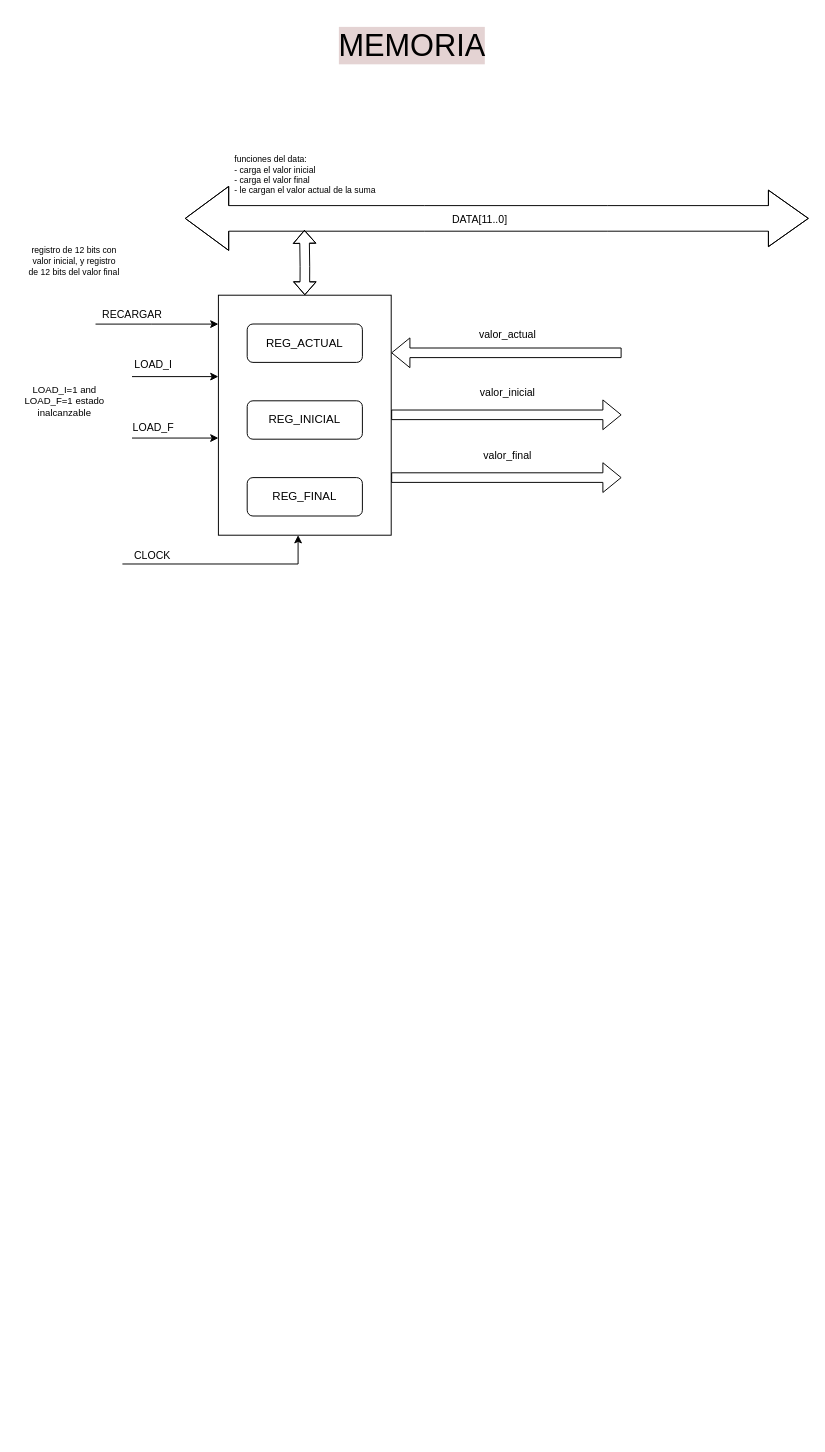
This is page "Memoria" (4 of 5) of Integrador/Integrador.drawio from albertinap/IDL, a draw.io file, before an edit. Source tidied: cells renumbered, new cells numbered last; positions are measured from the earlier drawing's top-left corner, leaving out a move shared by most shapes. Both pictures are drawn from the tidied source at 96%, with x=0, y=0 at pixel (16, 16).
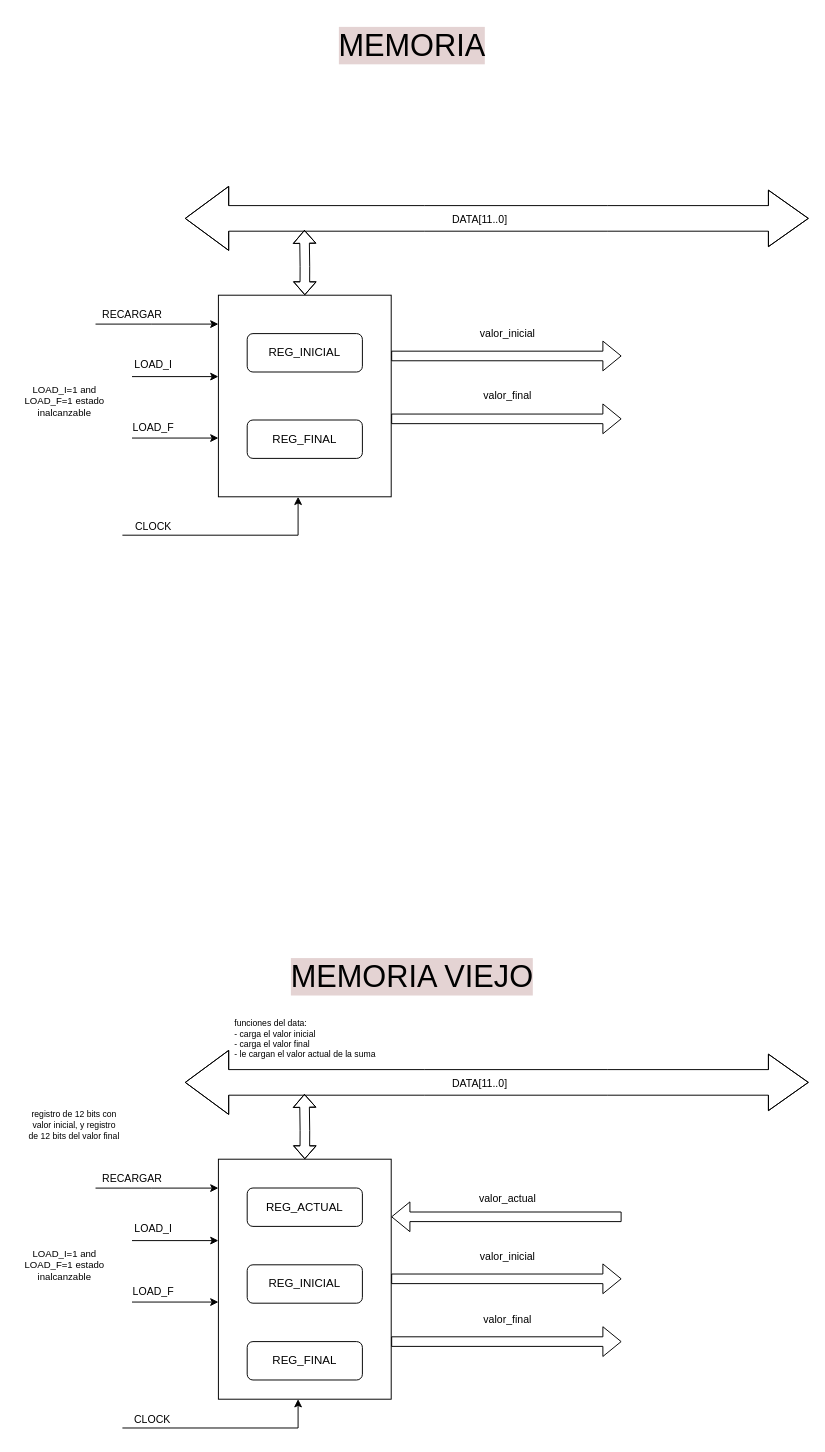
After the change.

The edit, as a diff of the source:
```diff
@@
     <mxCell id="2" style="rounded=0;whiteSpace=wrap;html=1;" parent="1" vertex="1">
-      <mxGeometry x="210" y="290" width="180" height="250" as="geometry" />
+      <mxGeometry x="210" y="290" width="180" height="210" as="geometry" />
     </mxCell>
@@
-    <mxCell id="10" value="registro de 12 bits con valor inicial, y registro de 12 bits del valor final" style="text;html=1;align=center;verticalAlign=middle;whiteSpace=wrap;rounded=0;fontSize=9;" parent="1" vertex="1">
-      <mxGeometry x="10" y="230" width="100" height="50" as="geometry" />
-    </mxCell>
@@
-    <mxCell id="12" value="REG_ACTUAL" style="rounded=1;whiteSpace=wrap;html=1;" parent="1" vertex="1">
-      <mxGeometry x="240" y="320" width="120" height="40" as="geometry" />
-    </mxCell>
     <mxCell id="13" value="REG_INICIAL" style="rounded=1;whiteSpace=wrap;html=1;" parent="1" vertex="1">
-      <mxGeometry x="240" y="400" width="120" height="40" as="geometry" />
+      <mxGeometry x="240" y="330" width="120" height="40" as="geometry" />
     </mxCell>
     <mxCell id="14" value="REG_FINAL" style="rounded=1;whiteSpace=wrap;html=1;" parent="1" vertex="1">
-      <mxGeometry x="240" y="480" width="120" height="40" as="geometry" />
+      <mxGeometry x="240" y="420" width="120" height="40" as="geometry" />
     </mxCell>
-    <mxCell id="15" value="funciones del data:&lt;br&gt;- carga el valor inicial&lt;div&gt;- carga el valor final&lt;/div&gt;&lt;div&gt;- le cargan el valor actual de la suma&lt;/div&gt;" style="text;html=1;align=left;verticalAlign=middle;whiteSpace=wrap;rounded=0;fontSize=9;" parent="1" vertex="1">
-      <mxGeometry x="225" y="140" width="160" height="50" as="geometry" />
-    </mxCell>
@@
-    <mxCell id="18" style="edgeStyle=orthogonalEdgeStyle;rounded=0;orthogonalLoop=1;jettySize=auto;html=1;" parent="1" edge="1">
+    <mxCell id="18" style="edgeStyle=orthogonalEdgeStyle;rounded=0;jettySize=auto;html=1;" parent="1" edge="1" target="2">
       <mxGeometry relative="1" as="geometry">
-        <mxPoint x="110" y="570" as="sourcePoint" />
-        <mxPoint x="293" y="540" as="targetPoint" />
+        <mxPoint x="110" y="540" as="sourcePoint" />
         <Array as="points">
-          <mxPoint x="293" y="570" />
+          <mxPoint x="110" y="540" />
+          <mxPoint x="293" y="540" />
         </Array>
       </mxGeometry>
     </mxCell>
@@
-    <mxCell id="21" style="shape=flexArrow;endArrow=classic;html=1;rounded=0;" parent="1" edge="1">
-      <mxGeometry relative="1" as="geometry">
-        <mxPoint x="630" y="350" as="sourcePoint" />
-        <mxPoint x="390" y="350" as="targetPoint" />
-      </mxGeometry>
-    </mxCell>
-    <mxCell id="22" value="valor_actual" style="edgeLabel;html=1;align=center;verticalAlign=middle;" parent="21" vertex="1">
-      <mxGeometry x="0.09" y="2" relative="1" as="geometry">
-        <mxPoint x="11" y="-22" as="offset" />
-      </mxGeometry>
-    </mxCell>
     <mxCell id="23" style="shape=flexArrow;endArrow=classic;html=1;rounded=0;" parent="1" edge="1">
       <mxGeometry relative="1" as="geometry">
-        <mxPoint x="390" y="414.6" as="sourcePoint" />
-        <mxPoint x="630" y="414.6" as="targetPoint" />
+        <mxPoint x="390" y="353.3" as="sourcePoint" />
+        <mxPoint x="630" y="353.3" as="targetPoint" />
       </mxGeometry>
     </mxCell>
@@
     <mxCell id="25" style="shape=flexArrow;endArrow=classic;html=1;rounded=0;" parent="1" edge="1">
       <mxGeometry relative="1" as="geometry">
-        <mxPoint x="390" y="480" as="sourcePoint" />
-        <mxPoint x="630" y="480" as="targetPoint" />
+        <mxPoint x="390" y="418.8" as="sourcePoint" />
+        <mxPoint x="630" y="418.8" as="targetPoint" />
       </mxGeometry>
     </mxCell>
@@
+    <mxCell id="27" style="rounded=0;whiteSpace=wrap;html=1;" parent="1" vertex="1">
+      <mxGeometry x="210" y="1190" width="180" height="250" as="geometry" />
+    </mxCell>
+    <mxCell id="28" style="edgeStyle=orthogonalEdgeStyle;rounded=0;orthogonalLoop=1;jettySize=auto;html=1;" parent="1" edge="1">
+      <mxGeometry relative="1" as="geometry">
+        <mxPoint x="120" y="1274.8" as="sourcePoint" />
+        <mxPoint x="210" y="1274.8" as="targetPoint" />
+      </mxGeometry>
+    </mxCell>
+    <mxCell id="29" value="LOAD_I" style="edgeLabel;html=1;align=center;verticalAlign=middle;" parent="28" vertex="1">
+      <mxGeometry x="-0.72" y="2" relative="1" as="geometry">
+        <mxPoint x="8" y="-11" as="offset" />
+      </mxGeometry>
+    </mxCell>
+    <mxCell id="30" style="edgeStyle=orthogonalEdgeStyle;rounded=0;orthogonalLoop=1;jettySize=auto;html=1;" parent="1" edge="1">
+      <mxGeometry relative="1" as="geometry">
+        <mxPoint x="120" y="1338.8" as="sourcePoint" />
+        <mxPoint x="210" y="1338.8" as="targetPoint" />
+        <Array as="points">
+          <mxPoint x="170" y="1338.8" />
+          <mxPoint x="170" y="1338.8" />
+        </Array>
+      </mxGeometry>
+    </mxCell>
+    <mxCell id="31" value="LOAD_F" style="edgeLabel;html=1;align=center;verticalAlign=middle;" parent="30" vertex="1">
+      <mxGeometry x="-0.72" y="2" relative="1" as="geometry">
+        <mxPoint x="8" y="-9" as="offset" />
+      </mxGeometry>
+    </mxCell>
+    <mxCell id="32" style="shape=flexArrow;endArrow=classic;startArrow=classic;html=1;rounded=0;width=26.666666666666668;endSize=13.521212121212121;endWidth=31.11111111111111;startSize=14.733333333333333;startWidth=38.98989898989899;" parent="1" edge="1">
+      <mxGeometry relative="1" as="geometry">
+        <mxPoint x="175" y="1110" as="sourcePoint" />
+        <mxPoint x="825" y="1110" as="targetPoint" />
+        <Array as="points">
+          <mxPoint x="425" y="1110" />
+          <mxPoint x="615" y="1110" />
+        </Array>
+      </mxGeometry>
+    </mxCell>
+    <mxCell id="33" value="DATA[11..0]" style="edgeLabel;html=1;align=center;verticalAlign=middle;" parent="32" vertex="1">
+      <mxGeometry x="-0.1" y="-1" relative="1" as="geometry">
+        <mxPoint x="13" y="-1" as="offset" />
+      </mxGeometry>
+    </mxCell>
+    <mxCell id="10" value="registro de 12 bits con valor inicial, y registro de 12 bits del valor final" style="text;html=1;align=center;verticalAlign=middle;whiteSpace=wrap;rounded=0;fontSize=9;" parent="1" vertex="1">
+      <mxGeometry x="10" y="1130" width="100" height="50" as="geometry" />
+    </mxCell>
+    <mxCell id="34" style="endArrow=classic;startArrow=classic;html=1;rounded=0;shape=flexArrow;exitX=0.283;exitY=0;exitDx=0;exitDy=0;exitPerimeter=0;width=10;endSize=4.151219512195122;endWidth=12.439024390243903;startWidth=12.439024390243903;startSize=4.151219512195122;" parent="1" edge="1">
+      <mxGeometry relative="1" as="geometry">
+        <mxPoint x="300" y="1190" as="sourcePoint" />
+        <mxPoint x="299.6" y="1122" as="targetPoint" />
+        <Array as="points">
+          <mxPoint x="300.1" y="1160" />
+        </Array>
+      </mxGeometry>
+    </mxCell>
+    <mxCell id="12" value="REG_ACTUAL" style="rounded=1;whiteSpace=wrap;html=1;" parent="1" vertex="1">
+      <mxGeometry x="240" y="1220" width="120" height="40" as="geometry" />
+    </mxCell>
+    <mxCell id="35" value="REG_INICIAL" style="rounded=1;whiteSpace=wrap;html=1;" parent="1" vertex="1">
+      <mxGeometry x="240" y="1300" width="120" height="40" as="geometry" />
+    </mxCell>
+    <mxCell id="36" value="REG_FINAL" style="rounded=1;whiteSpace=wrap;html=1;" parent="1" vertex="1">
+      <mxGeometry x="240" y="1380" width="120" height="40" as="geometry" />
+    </mxCell>
+    <mxCell id="15" value="funciones del data:&lt;br&gt;- carga el valor inicial&lt;div&gt;- carga el valor final&lt;/div&gt;&lt;div&gt;- le cargan el valor actual de la suma&lt;/div&gt;" style="text;html=1;align=left;verticalAlign=middle;whiteSpace=wrap;rounded=0;fontSize=9;" parent="1" vertex="1">
+      <mxGeometry x="225" y="1040" width="160" height="50" as="geometry" />
+    </mxCell>
+    <mxCell id="37" style="edgeStyle=orthogonalEdgeStyle;rounded=0;orthogonalLoop=1;jettySize=auto;html=1;" parent="1" edge="1">
+      <mxGeometry relative="1" as="geometry">
+        <mxPoint x="82" y="1220.1" as="sourcePoint" />
+        <mxPoint x="210" y="1220.1" as="targetPoint" />
+        <Array as="points">
+          <mxPoint x="140" y="1220.1" />
+        </Array>
+      </mxGeometry>
+    </mxCell>
+    <mxCell id="38" value="RECARGAR" style="edgeLabel;html=1;align=center;verticalAlign=middle;" parent="37" vertex="1">
+      <mxGeometry x="-0.72" y="2" relative="1" as="geometry">
+        <mxPoint x="19" y="-9" as="offset" />
+      </mxGeometry>
+    </mxCell>
+    <mxCell id="39" style="edgeStyle=orthogonalEdgeStyle;rounded=0;orthogonalLoop=1;jettySize=auto;html=1;" parent="1" edge="1">
+      <mxGeometry relative="1" as="geometry">
+        <mxPoint x="110" y="1470" as="sourcePoint" />
+        <mxPoint x="293" y="1440" as="targetPoint" />
+        <Array as="points">
+          <mxPoint x="293" y="1470" />
+        </Array>
+      </mxGeometry>
+    </mxCell>
+    <mxCell id="40" value="CLOCK" style="edgeLabel;html=1;align=center;verticalAlign=middle;" parent="39" vertex="1">
+      <mxGeometry x="-0.72" y="2" relative="1" as="geometry">
+        <mxPoint y="-8" as="offset" />
+      </mxGeometry>
+    </mxCell>
+    <mxCell id="41" value="LOAD_I=1 and LOAD_F=1 estado inalcanzable" style="text;html=1;align=center;verticalAlign=middle;whiteSpace=wrap;rounded=0;fontSize=10;" parent="1" vertex="1">
+      <mxGeometry y="1280" width="100" height="40" as="geometry" />
+    </mxCell>
+    <mxCell id="42" style="shape=flexArrow;endArrow=classic;html=1;rounded=0;" parent="1" edge="1">
+      <mxGeometry relative="1" as="geometry">
+        <mxPoint x="630" y="1250" as="sourcePoint" />
+        <mxPoint x="390" y="1250" as="targetPoint" />
+      </mxGeometry>
+    </mxCell>
+    <mxCell id="22" value="valor_actual" style="edgeLabel;html=1;align=center;verticalAlign=middle;" parent="42" vertex="1">
+      <mxGeometry x="0.09" y="2" relative="1" as="geometry">
+        <mxPoint x="11" y="-22" as="offset" />
+      </mxGeometry>
+    </mxCell>
+    <mxCell id="43" style="shape=flexArrow;endArrow=classic;html=1;rounded=0;" parent="1" edge="1">
+      <mxGeometry relative="1" as="geometry">
+        <mxPoint x="390" y="1314.6" as="sourcePoint" />
+        <mxPoint x="630" y="1314.6" as="targetPoint" />
+      </mxGeometry>
+    </mxCell>
+    <mxCell id="44" value="valor_inicial" style="edgeLabel;html=1;align=center;verticalAlign=middle;" parent="43" vertex="1">
+      <mxGeometry x="0.09" y="2" relative="1" as="geometry">
+        <mxPoint x="-11" y="-22" as="offset" />
+      </mxGeometry>
+    </mxCell>
+    <mxCell id="45" style="shape=flexArrow;endArrow=classic;html=1;rounded=0;" parent="1" edge="1">
+      <mxGeometry relative="1" as="geometry">
+        <mxPoint x="390" y="1380" as="sourcePoint" />
+        <mxPoint x="630" y="1380" as="targetPoint" />
+      </mxGeometry>
+    </mxCell>
+    <mxCell id="46" value="valor_final" style="edgeLabel;html=1;align=center;verticalAlign=middle;" parent="45" vertex="1">
+      <mxGeometry x="0.09" y="2" relative="1" as="geometry">
+        <mxPoint x="-11" y="-22" as="offset" />
+      </mxGeometry>
+    </mxCell>
+    <mxCell id="47" value="MEMORIA VIEJO" style="text;html=1;align=center;verticalAlign=middle;whiteSpace=wrap;rounded=0;fontSize=32;labelBackgroundColor=light-dark(#e4d3d3, #ededed);" parent="1" vertex="1">
+      <mxGeometry x="267" y="980" width="290" height="40" as="geometry" />
+    </mxCell>
```
